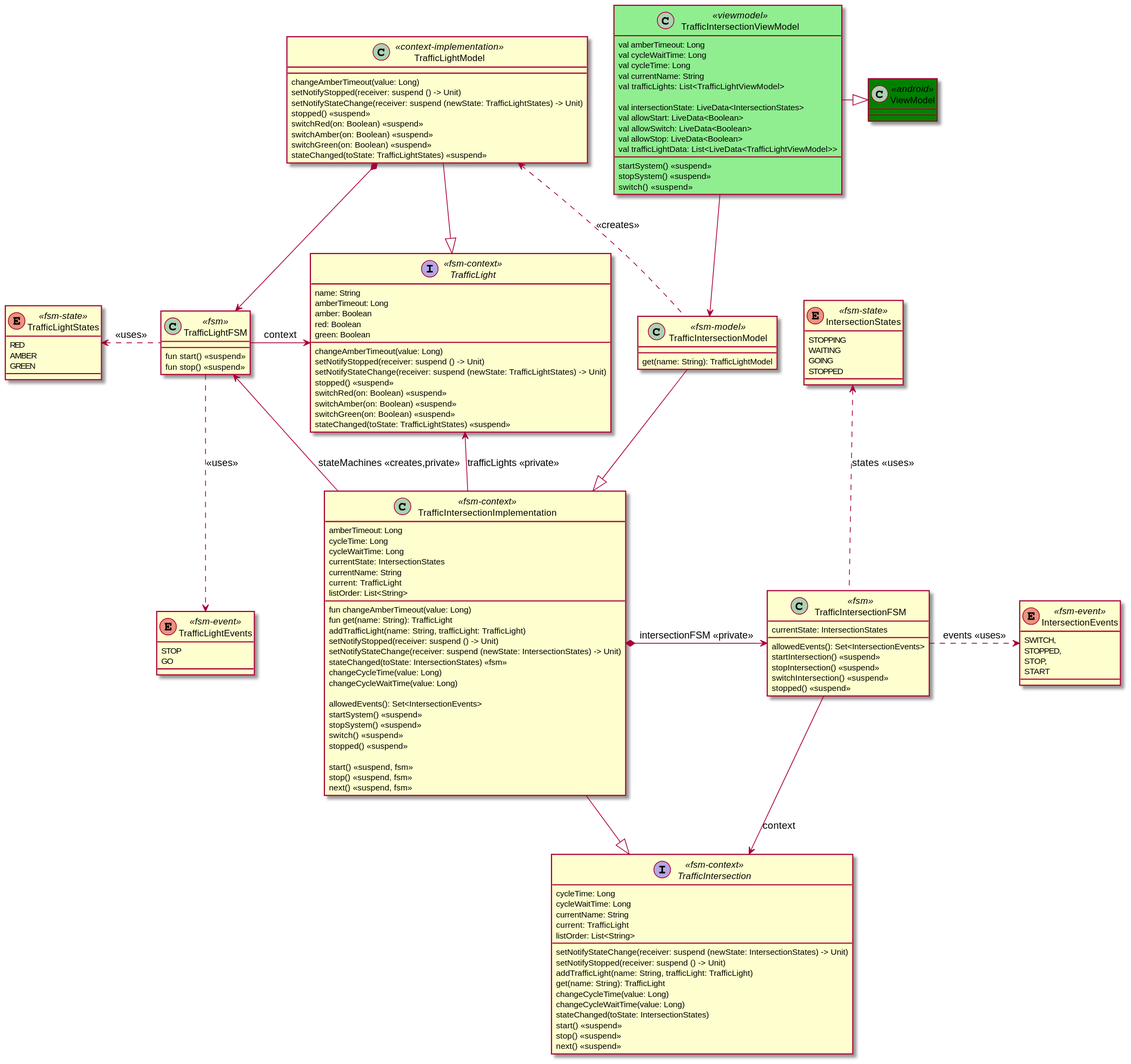
This is traffic-intersection-model.svg from open-jumpco/kfsm-android-compose-traffic, a PlantUML export, as it was before one commit. Source of this version:
```plantuml
@startuml

enum TrafficLightStates <<fsm-state>> {
    RED
    AMBER
    GREEN
}

enum TrafficLightEvents <<fsm-event>> {
    STOP
    GO
}

interface TrafficLight <<fsm-context>> {
    name: String
    amberTimeout: Long
    amber: Boolean
    red: Boolean
    green: Boolean

    changeAmberTimeout(value: Long)
    setNotifyStopped(receiver: suspend () -> Unit)
    setNotifyStateChange(receiver: suspend (newState: TrafficLightStates) -> Unit)
    stopped() <<suspend>>
    switchRed(on: Boolean) <<suspend>>
    switchAmber(on: Boolean) <<suspend>>
    switchGreen(on: Boolean) <<suspend>>
    stateChanged(toState: TrafficLightStates) <<suspend>>
}

class TrafficLightFSM <<fsm>> {
    fun start() <<suspend>>
    fun stop() <<suspend>>
}

TrafficLightFSM .left.> TrafficLightStates: <<uses>>
TrafficLightFSM ..> TrafficLightEvents: <<uses>>
TrafficLightFSM -right-> TrafficLight: context

class TrafficLightModel <<context-implementation>> {
    changeAmberTimeout(value: Long)
    setNotifyStopped(receiver: suspend () -> Unit)
    setNotifyStateChange(receiver: suspend (newState: TrafficLightStates) -> Unit)
    stopped() <<suspend>>
    switchRed(on: Boolean) <<suspend>>
    switchAmber(on: Boolean) <<suspend>>
    switchGreen(on: Boolean) <<suspend>>
    stateChanged(toState: TrafficLightStates) <<suspend>>
}

TrafficLightModel -left-|> TrafficLight
TrafficLightModel *--> TrafficLightFSM


enum IntersectionStates <<fsm-state>> {
    STOPPING
    WAITING
    GOING
    STOPPED
}

enum IntersectionEvents <<fsm-event>> {
    SWITCH,
    STOPPED,
    STOP,
    START
}

interface TrafficIntersection <<fsm-context>> {
    cycleTime: Long
    cycleWaitTime: Long
    setNotifyStateChange(receiver: suspend (newState: IntersectionStates) -> Unit)
    setNotifyStopped(receiver: suspend () -> Unit)
    addTrafficLight(name: String, trafficLight: TrafficLight)
    currentName: String
    current: TrafficLight
    listOrder: List<String>
    get(name: String): TrafficLight
    changeCycleTime(value: Long)
    changeCycleWaitTime(value: Long)
    stateChanged(toState: IntersectionStates)
    start() <<suspend>>
    stop() <<suspend>>
    next() <<suspend>>
}

class TrafficIntersectionFSM <<fsm>> {
    currentState: IntersectionStates
    allowedEvents(): Set<IntersectionEvents>
    startIntersection() <<suspend>>
    stopIntersection() <<suspend>>
    switchIntersection() <<suspend>>
    stopped() <<suspend>>
}

TrafficIntersectionFSM --> TrafficIntersection: context
TrafficIntersectionFSM .right.> IntersectionEvents: events <<uses>>
TrafficIntersectionFSM .up.> IntersectionStates: states <<uses>>

class TrafficIntersectionImplementation <<fsm-context>> {
    amberTimeout: Long
    cycleTime: Long
    cycleWaitTime: Long
    currentState: IntersectionStates
    currentName: String
    current: TrafficLight
    listOrder: List<String>
    fun changeAmberTimeout(value: Long)
    fun get(name: String): TrafficLight
    addTrafficLight(name: String, trafficLight: TrafficLight)
    setNotifyStopped(receiver: suspend () -> Unit)
    setNotifyStateChange(receiver: suspend (newState: IntersectionStates) -> Unit)
    stateChanged(toState: IntersectionStates) <<fsm>>
    changeCycleTime(value: Long)
    changeCycleWaitTime(value: Long)

    allowedEvents(): Set<IntersectionEvents>
    startSystem() <<suspend>>
    stopSystem() <<suspend>>
    switch() <<suspend>>
    stopped() <<suspend>>

    start() <<suspend, fsm>>
    stop() <<suspend, fsm>>
    next() <<suspend, fsm>>
}

TrafficIntersectionImplementation --|> TrafficIntersection
TrafficIntersectionImplementation *-right-> TrafficIntersectionFSM: intersectionFSM <<private>>
TrafficIntersectionImplementation -left-> TrafficLightFSM: stateMachines <<creates,private>>
TrafficIntersectionImplementation -up-> TrafficLight: trafficLights <<private>>


class TrafficIntersectionModel <<fsm-model>> {
    get(name: String): TrafficLightModel
}

TrafficIntersectionModel .left.> TrafficLightModel: <<creates>>
TrafficIntersectionModel -down-|> TrafficIntersectionImplementation

class TrafficIntersectionViewModel <<viewmodel>> #lightgreen {
    val amberTimeout: Long
    val cycleWaitTime: Long
    val cycleTime: Long
    val currentName: String
    val trafficLights: List<TrafficLightViewModel>

    val intersectionState: LiveData<IntersectionStates>
    val allowStart: LiveData<Boolean>
    val allowSwitch: LiveData<Boolean>
    val allowStop: LiveData<Boolean>
    val trafficLightData: List<LiveData<TrafficLightViewModel>>

    startSystem() <<suspend>>
    stopSystem() <<suspend>>
    switch() <<suspend>>
}

TrafficIntersectionViewModel --> TrafficIntersectionModel
TrafficIntersectionViewModel -right-|> ViewModel
class ViewModel <<android>> #green {
}

@enduml
```
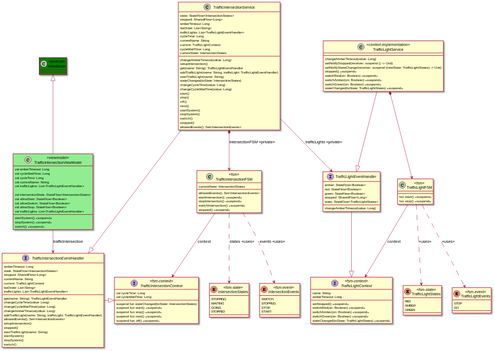
After the commit.

Change to the diagram source:
```diff
@@ -10,14 +10,36 @@
     STOP
     GO
 }
-
-interface TrafficLight <<fsm-context>> {
+interface TrafficLightContext <<fsm-context>> {
     name: String
     amberTimeout: Long
-    amber: Boolean
-    red: Boolean
-    green: Boolean
+    setStopped() <<suspend>>
+    switchRed(on: Boolean) <<suspend>>
+    switchAmber(on: Boolean) <<suspend>>
+    switchGreen(on: Boolean) <<suspend>>
+    stateChanged(toState: TrafficLightStates) <<suspend>>
+}
 
+interface TrafficLightEventHandler {
+    amber: StateFlow<Boolean>
+    red: StateFlow<Boolean>
+    green: StateFlow<Boolean>
+    stopped: SharedFlow<Long>
+    state: StateFlow<TrafficLightStates>
+    changeAmberTimeout(value: Long)
+}
+TrafficLightEventHandler -|> TrafficLightContext
+
+class TrafficLightFSM <<fsm>> {
+    fun start() <<suspend>>
+    fun stop() <<suspend>>
+}
+
+TrafficLightFSM ..> TrafficLightStates: <<uses>>
+TrafficLightFSM ..> TrafficLightEvents: <<uses>>
+TrafficLightFSM --> TrafficLightContext: context
+
+class TrafficLightService <<context-implementation>> {
     changeAmberTimeout(value: Long)
     setNotifyStopped(receiver: suspend () -> Unit)
     setNotifyStateChange(receiver: suspend (newState: TrafficLightStates) -> Unit)
@@ -28,28 +50,8 @@
     stateChanged(toState: TrafficLightStates) <<suspend>>
 }
 
-class TrafficLightFSM <<fsm>> {
-    fun start() <<suspend>>
-    fun stop() <<suspend>>
-}
-
-TrafficLightFSM .left.> TrafficLightStates: <<uses>>
-TrafficLightFSM ..> TrafficLightEvents: <<uses>>
-TrafficLightFSM -right-> TrafficLight: context
-
-class TrafficLightModel <<context-implementation>> {
-    changeAmberTimeout(value: Long)
-    setNotifyStopped(receiver: suspend () -> Unit)
-    setNotifyStateChange(receiver: suspend (newState: TrafficLightStates) -> Unit)
-    stopped() <<suspend>>
-    switchRed(on: Boolean) <<suspend>>
-    switchAmber(on: Boolean) <<suspend>>
-    switchGreen(on: Boolean) <<suspend>>
-    stateChanged(toState: TrafficLightStates) <<suspend>>
-}
-
-TrafficLightModel -left-|> TrafficLight
-TrafficLightModel *--> TrafficLightFSM
+TrafficLightService --|> TrafficLightEventHandler
+TrafficLightService *--> TrafficLightFSM
 
 
 enum IntersectionStates <<fsm-state>> {
@@ -66,22 +68,14 @@
     START
 }
 
-interface TrafficIntersection <<fsm-context>> {
-    cycleTime: Long
-    cycleWaitTime: Long
-    setNotifyStateChange(receiver: suspend (newState: IntersectionStates) -> Unit)
-    setNotifyStopped(receiver: suspend () -> Unit)
-    addTrafficLight(name: String, trafficLight: TrafficLight)
-    currentName: String
-    current: TrafficLight
-    listOrder: List<String>
-    get(name: String): TrafficLight
-    changeCycleTime(value: Long)
-    changeCycleWaitTime(value: Long)
-    stateChanged(toState: IntersectionStates)
-    start() <<suspend>>
-    stop() <<suspend>>
-    next() <<suspend>>
+interface TrafficIntersectionContext <<fsm-context>> {
+    val cycleTime: Long
+    val cycleWaitTime: Long
+    suspend fun stateChanged(toState: IntersectionStates)
+    suspend fun start() <<suspend>>
+    suspend fun stop() <<suspend>>
+    suspend fun next() <<suspend>>
+    suspend fun off() <<suspend>>
 }
 
 class TrafficIntersectionFSM <<fsm>> {
@@ -93,71 +87,88 @@
     stopped() <<suspend>>
 }
 
-TrafficIntersectionFSM --> TrafficIntersection: context
-TrafficIntersectionFSM .right.> IntersectionEvents: events <<uses>>
-TrafficIntersectionFSM .up.> IntersectionStates: states <<uses>>
+TrafficIntersectionFSM --> TrafficIntersectionContext: context
+TrafficIntersectionFSM ..> IntersectionEvents: events <<uses>>
+TrafficIntersectionFSM ..> IntersectionStates: states <<uses>>
 
-class TrafficIntersectionImplementation <<fsm-context>> {
+interface TrafficIntersectionEventHandler {
     amberTimeout: Long
-    cycleTime: Long
-    cycleWaitTime: Long
-    currentState: IntersectionStates
+    state: StateFlow<IntersectionStates>
+    stopped: SharedFlow<Long>
     currentName: String
-    current: TrafficLight
+    current: TrafficLightContext
     listOrder: List<String>
-    fun changeAmberTimeout(value: Long)
-    fun get(name: String): TrafficLight
-    addTrafficLight(name: String, trafficLight: TrafficLight)
-    setNotifyStopped(receiver: suspend () -> Unit)
-    setNotifyStateChange(receiver: suspend (newState: IntersectionStates) -> Unit)
-    stateChanged(toState: IntersectionStates) <<fsm>>
+    trafficLights: List<TrafficLightEventHandler>
+    get(name: String): TrafficLightEventHandler
     changeCycleTime(value: Long)
     changeCycleWaitTime(value: Long)
-
+    changeAmberTimeout(value: Long)
+    addTrafficLight(name: String, trafficLight: TrafficLightEventHandler)
     allowedEvents(): Set<IntersectionEvents>
-    startSystem() <<suspend>>
-    stopSystem() <<suspend>>
-    switch() <<suspend>>
-    stopped() <<suspend>>
-
-    start() <<suspend, fsm>>
-    stop() <<suspend, fsm>>
-    next() <<suspend, fsm>>
+    setupIntersection()
+    stopped()
+    startTrafficLight(name: String)
+    startSystem()
+    stopSystem()
+    switch()
 }
 
-TrafficIntersectionImplementation --|> TrafficIntersection
-TrafficIntersectionImplementation *-right-> TrafficIntersectionFSM: intersectionFSM <<private>>
-TrafficIntersectionImplementation -left-> TrafficLightFSM: stateMachines <<creates,private>>
-TrafficIntersectionImplementation -up-> TrafficLight: trafficLights <<private>>
+TrafficIntersectionEventHandler -|> TrafficIntersectionContext
 
-
-class TrafficIntersectionModel <<fsm-model>> {
-    get(name: String): TrafficLightModel
+class TrafficIntersectionService {
+    state: StateFlow<IntersectionStates>
+    stopped: SharedFlow<Long>
+    amberTimeout: Long
+    changeAmberTimeout(value: Long)
+    setupIntersection()
+    listOrder: List<String>
+    trafficLights: List<TrafficLightEventHandler>
+    cycleTime: Long
+        currentName: String
+        current: TrafficLightContext
+        cycleWaitTime: Long
+        currentState: IntersectionStates
+    get(name: String): TrafficLightEventHandler
+    addTrafficLight(name: String, trafficLight: TrafficLightEventHandler)
+    startTrafficLight(name: String)
+    stateChanged(toState: IntersectionStates)
+    changeCycleTime(value: Long)
+    changeCycleWaitTime(value: Long)
+    start()
+    stop()
+    off()
+    next()
+    startSystem()
+    stopSystem()
+    switch()
+    stopped()
+    allowedEvents(): Set<IntersectionEvents>
 }
 
-TrafficIntersectionModel .left.> TrafficLightModel: <<creates>>
-TrafficIntersectionModel -down-|> TrafficIntersectionImplementation
+TrafficIntersectionService --|> TrafficIntersectionEventHandler
+TrafficIntersectionService *--> TrafficIntersectionFSM: intersectionFSM <<private>>
+TrafficIntersectionService --> TrafficLightEventHandler: trafficLights <<private>>
 
 class TrafficIntersectionViewModel <<viewmodel>> #lightgreen {
     val amberTimeout: Long
     val cycleWaitTime: Long
     val cycleTime: Long
     val currentName: String
-    val trafficLights: List<TrafficLightViewModel>
+    val trafficLights: List<TrafficLightEventHandler>
 
-    val intersectionState: LiveData<IntersectionStates>
-    val allowStart: LiveData<Boolean>
-    val allowSwitch: LiveData<Boolean>
-    val allowStop: LiveData<Boolean>
-    val trafficLightData: List<LiveData<TrafficLightViewModel>>
+    val intersectionState: StateFlow<IntersectionStates>
+    val allowStart: StateFlow<Boolean>
+    val allowSwitch: StateFlow<Boolean>
+    val allowStop: StateFlow<Boolean>
+    val trafficLights: List<TrafficLightEventHandler>
 
     startSystem() <<suspend>>
     stopSystem() <<suspend>>
     switch() <<suspend>>
 }
 
-TrafficIntersectionViewModel --> TrafficIntersectionModel
-TrafficIntersectionViewModel -right-|> ViewModel
+TrafficIntersectionViewModel --> TrafficIntersectionEventHandler: trafficIntersection
+TrafficIntersectionViewModel -up-|> ViewModel
 class ViewModel <<android>> #green {
 }
 
```
